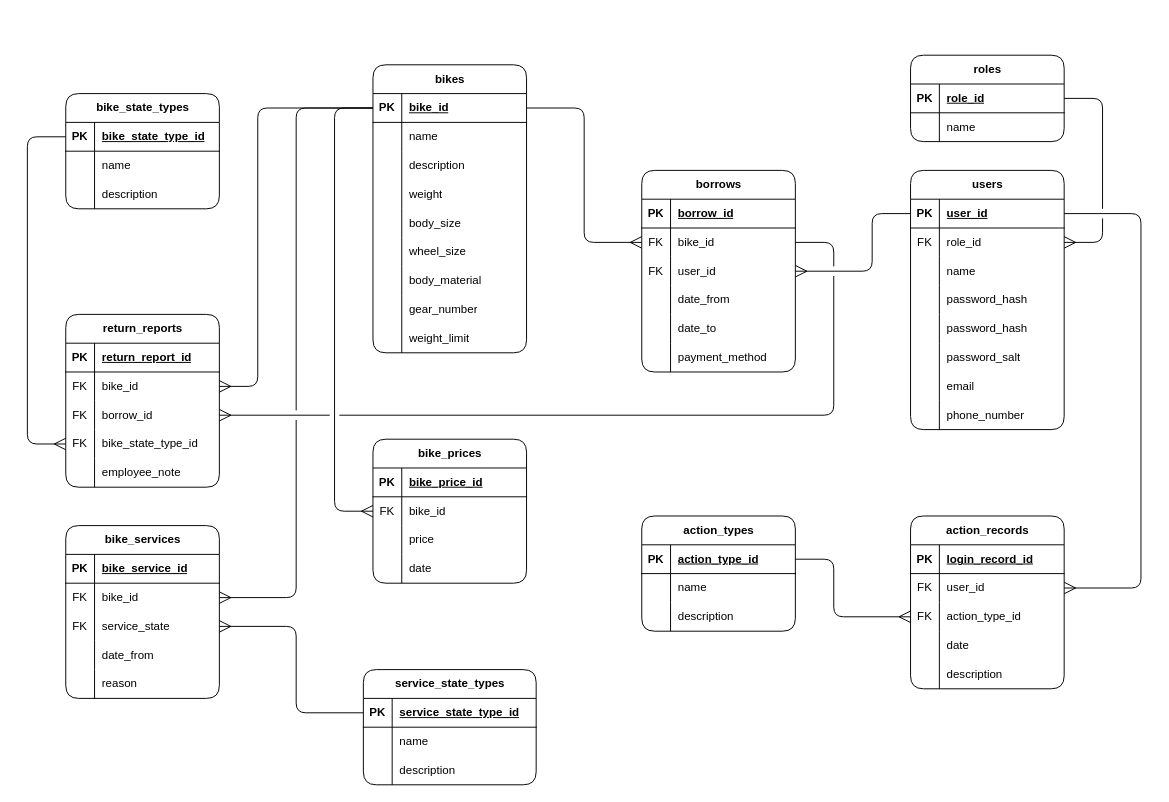
Above: page "ER Diagram" (6 of 6) of diagrams.drawio in KrazyManJ/jolt (draw.io), before the change. Source tidied: cells renumbered, new cells numbered last; positions are measured from the earlier drawing's top-left corner, leaving out a move shared by most shapes. Both pictures are drawn from the tidied source at 96%, with x=0, y=0 at pixel (27, 55).
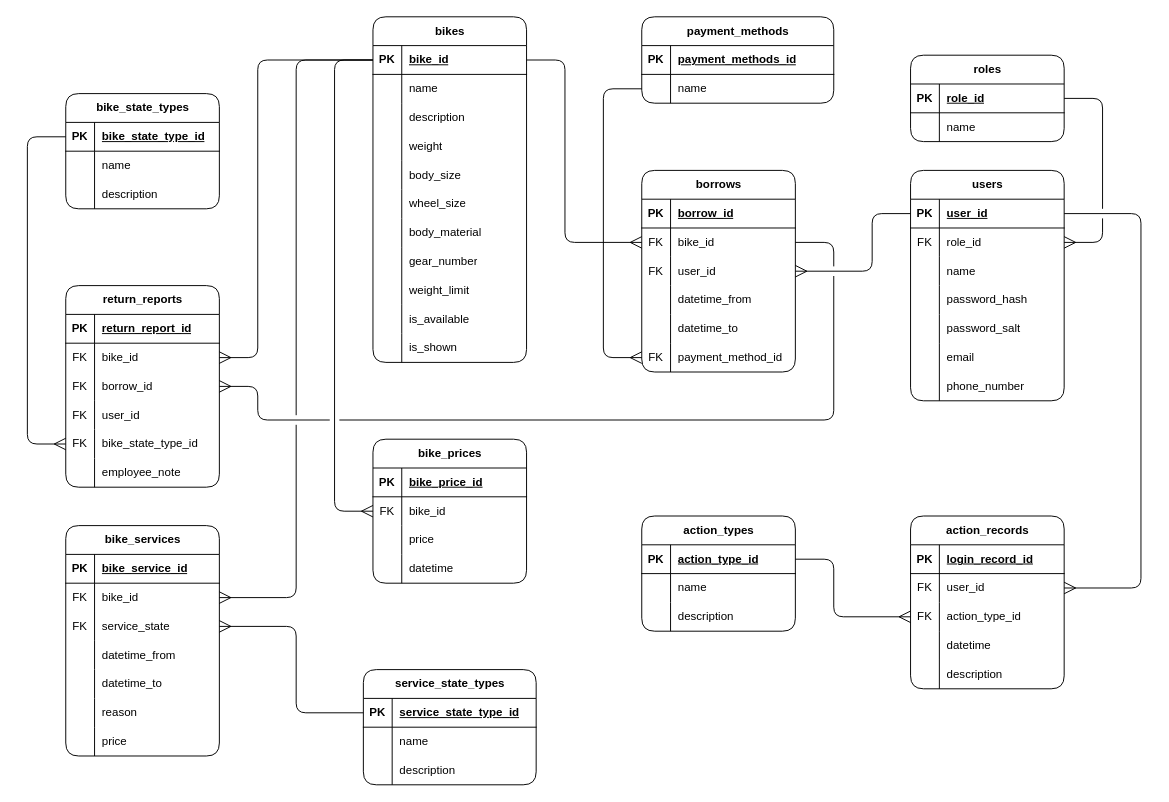
Above is the later version.

The change refers to these unchanged cells:
```xml
<mxCell id="3" style="shape=tableRow;horizontal=0;startSize=0;swimlaneHead=0;swimlaneBody=0;fillColor=none;points=[[0,0.5],[1,0.5]];portConstraint=eastwest;top=0;left=0;right=0;bottom=1;html=1;" parent="2" vertex="1">
  <mxGeometry y="30" width="160" height="30" as="geometry" />
</mxCell>
<mxCell id="34" style="shape=tableRow;horizontal=0;startSize=0;swimlaneHead=0;swimlaneBody=0;fillColor=none;points=[[0,0.5],[1,0.5]];portConstraint=eastwest;top=0;left=0;right=0;bottom=0;html=1;" parent="30" vertex="1">
  <mxGeometry y="60" width="160" height="30" as="geometry" />
</mxCell>
<mxCell id="40" style="shape=tableRow;horizontal=0;startSize=0;swimlaneHead=0;swimlaneBody=0;fillColor=none;top=0;left=0;right=0;bottom=0;html=1;" parent="30" vertex="1">
  <mxGeometry y="120" width="160" height="30" as="geometry" />
</mxCell>
<mxCell id="43" style="shape=tableRow;horizontal=0;startSize=0;swimlaneHead=0;swimlaneBody=0;fillColor=none;top=0;left=0;right=0;bottom=0;html=1;" parent="30" vertex="1">
  <mxGeometry y="150" width="160" height="30" as="geometry" />
</mxCell>
<mxCell id="46" style="shape=tableRow;horizontal=0;startSize=0;swimlaneHead=0;swimlaneBody=0;fillColor=none;points=[[0,0.5],[1,0.5]];portConstraint=eastwest;top=0;left=0;right=0;bottom=0;html=1;" parent="30" vertex="1">
  <mxGeometry y="180" width="160" height="30" as="geometry" />
</mxCell>
<mxCell id="50" value="bike_prices" style="shape=table;startSize=30;childLayout=tableLayout;rowLines=0;fontStyle=1;align=center;html=1;rounded=1;" parent="1" vertex="1">
  <mxGeometry x="360" y="400" width="160" height="150" as="geometry" />
</mxCell>
<mxCell id="60" style="shape=tableRow;horizontal=0;startSize=0;swimlaneHead=0;swimlaneBody=0;fillColor=none;top=0;left=0;right=0;bottom=0;html=1;" parent="50" vertex="1">
  <mxGeometry y="120" width="160" height="30" as="geometry" />
</mxCell>
<mxCell id="100" style="shape=tableRow;horizontal=0;startSize=0;swimlaneHead=0;swimlaneBody=0;fillColor=none;top=0;left=0;right=0;bottom=0;html=1;" parent="90" vertex="1">
  <mxGeometry y="120" width="160" height="30" as="geometry" />
</mxCell>
<mxCell id="136" style="shape=tableRow;horizontal=0;startSize=0;swimlaneHead=0;swimlaneBody=0;fillColor=none;top=0;left=0;right=0;bottom=0;html=1;" parent="126" vertex="1">
  <mxGeometry y="120" width="160" height="30" as="geometry" />
</mxCell>
<mxCell id="146" style="shape=tableRow;horizontal=0;startSize=0;swimlaneHead=0;swimlaneBody=0;fillColor=none;points=[[0,0.5],[1,0.5]];portConstraint=eastwest;top=0;left=0;right=0;bottom=0;html=1;" parent="142" vertex="1">
  <mxGeometry y="60" width="160" height="30" as="geometry" />
</mxCell>
<mxCell id="149" style="shape=tableRow;horizontal=0;startSize=0;swimlaneHead=0;swimlaneBody=0;fillColor=none;points=[[0,0.5],[1,0.5]];portConstraint=eastwest;top=0;left=0;right=0;bottom=0;html=1;" parent="142" vertex="1">
  <mxGeometry y="90" width="160" height="30" as="geometry" />
</mxCell>
```

Change to the diagram source:
```diff
@@
     <mxCell id="2" value="bikes" style="shape=table;startSize=30;childLayout=tableLayout;rowLines=0;fontStyle=1;align=center;html=1;rounded=1;" parent="1" vertex="1">
-      <mxGeometry x="360" y="10" width="160" height="300" as="geometry" />
+      <mxGeometry x="360" y="-40" width="160" height="360" as="geometry" />
     </mxCell>
@@
+    <mxCell id="183" style="shape=tableRow;horizontal=0;startSize=0;swimlaneHead=0;swimlaneBody=0;fillColor=none;top=0;left=0;right=0;bottom=0;html=1;" parent="2" vertex="1">
+      <mxGeometry y="300" width="160" height="30" as="geometry" />
+    </mxCell>
+    <mxCell id="184" style="shape=partialRectangle;fillColor=none;top=0;left=0;bottom=0;right=0;overflow=hidden;html=1;fontStyle=0;" parent="183" vertex="1">
+      <mxGeometry width="30" height="30" as="geometry" />
+    </mxCell>
+    <mxCell id="185" value="is_available" style="shape=partialRectangle;fillColor=none;top=0;left=0;bottom=0;right=0;align=left;spacingLeft=6;overflow=hidden;html=1;" parent="183" vertex="1">
+      <mxGeometry x="30" width="130" height="30" as="geometry" />
+    </mxCell>
+    <mxCell id="186" style="shape=tableRow;horizontal=0;startSize=0;swimlaneHead=0;swimlaneBody=0;fillColor=none;top=0;left=0;right=0;bottom=0;html=1;" parent="2" vertex="1">
+      <mxGeometry y="330" width="160" height="30" as="geometry" />
+    </mxCell>
+    <mxCell id="187" style="shape=partialRectangle;fillColor=none;top=0;left=0;bottom=0;right=0;overflow=hidden;html=1;fontStyle=0;" parent="186" vertex="1">
+      <mxGeometry width="30" height="30" as="geometry" />
+    </mxCell>
+    <mxCell id="188" value="is_shown" style="shape=partialRectangle;fillColor=none;top=0;left=0;bottom=0;right=0;align=left;spacingLeft=6;overflow=hidden;html=1;" parent="186" vertex="1">
+      <mxGeometry x="30" width="130" height="30" as="geometry" />
+    </mxCell>
@@
-    <mxCell id="42" value="date_from" style="shape=partialRectangle;fillColor=none;top=0;left=0;bottom=0;right=0;align=left;spacingLeft=6;overflow=hidden;html=1;" parent="40" vertex="1">
+    <mxCell id="42" value="datetime_from" style="shape=partialRectangle;fillColor=none;top=0;left=0;bottom=0;right=0;align=left;spacingLeft=6;overflow=hidden;html=1;" parent="40" vertex="1">
       <mxGeometry x="30" width="130" height="30" as="geometry" />
     </mxCell>
@@
-    <mxCell id="45" value="date_to" style="shape=partialRectangle;fillColor=none;top=0;left=0;bottom=0;right=0;align=left;spacingLeft=6;overflow=hidden;html=1;" parent="43" vertex="1">
+    <mxCell id="45" value="datetime_to" style="shape=partialRectangle;fillColor=none;top=0;left=0;bottom=0;right=0;align=left;spacingLeft=6;overflow=hidden;html=1;" parent="43" vertex="1">
       <mxGeometry x="30" width="130" height="30" as="geometry" />
     </mxCell>
@@
-    <mxCell id="47" style="shape=partialRectangle;fillColor=none;top=0;left=0;bottom=0;right=0;overflow=hidden;html=1;fontStyle=0;" parent="46" vertex="1">
+    <mxCell id="47" value="FK" style="shape=partialRectangle;fillColor=none;top=0;left=0;bottom=0;right=0;overflow=hidden;html=1;fontStyle=0;" parent="46" vertex="1">
       <mxGeometry width="30" height="30" as="geometry" />
     </mxCell>
-    <mxCell id="48" value="payment_method" style="shape=partialRectangle;fillColor=none;top=0;left=0;bottom=0;right=0;align=left;spacingLeft=6;overflow=hidden;html=1;" parent="46" vertex="1">
+    <mxCell id="48" value="payment_method_id" style="shape=partialRectangle;fillColor=none;top=0;left=0;bottom=0;right=0;align=left;spacingLeft=6;overflow=hidden;html=1;" parent="46" vertex="1">
       <mxGeometry x="30" width="130" height="30" as="geometry" />
     </mxCell>
     <mxCell id="49" style="edgeStyle=orthogonalEdgeStyle;rounded=1;jettySize=auto;html=1;exitX=0;exitY=0.5;exitDx=0;exitDy=0;entryX=0;entryY=0.5;entryDx=0;entryDy=0;startArrow=ERmany;startFill=0;endArrow=none;endFill=0;startSize=10;endSize=10;jumpStyle=gap;jumpSize=10;" parent="1" edge="1" source="50" target="3">
       <mxGeometry x="0.11" y="20" relative="1" as="geometry">
         <Array as="points">
           <mxPoint x="320" y="475" />
-          <mxPoint x="320" y="55" />
+          <mxPoint x="320" y="5" />
         </Array>
       </mxGeometry>
     </mxCell>
@@
-    <mxCell id="62" value="date" style="shape=partialRectangle;fillColor=none;top=0;left=0;bottom=0;right=0;align=left;spacingLeft=6;overflow=hidden;html=1;" parent="60" vertex="1">
+    <mxCell id="62" value="datetime" style="shape=partialRectangle;fillColor=none;top=0;left=0;bottom=0;right=0;align=left;spacingLeft=6;overflow=hidden;html=1;" parent="60" vertex="1">
       <mxGeometry x="30" width="130" height="30" as="geometry" />
     </mxCell>
     <mxCell id="63" style="edgeStyle=orthogonalEdgeStyle;rounded=1;jettySize=auto;html=1;exitX=0;exitY=0.5;exitDx=0;exitDy=0;entryX=1;entryY=0.5;entryDx=0;entryDy=0;endArrow=none;endFill=0;startArrow=ERmany;startFill=0;endSize=10;startSize=10;jumpStyle=gap;jumpSize=10;" parent="1" edge="1" source="34" target="3">
-      <mxGeometry relative="1" as="geometry" />
+      <mxGeometry relative="1" as="geometry">
+        <Array as="points">
+          <mxPoint x="560" y="195" />
+          <mxPoint x="560" y="5" />
+        </Array>
+      </mxGeometry>
     </mxCell>
     <mxCell id="64" value="users" style="shape=table;startSize=30;childLayout=tableLayout;rowLines=0;fontStyle=1;align=center;html=1;rounded=1;" parent="1" vertex="1">
-      <mxGeometry x="920" y="120" width="160" height="270" as="geometry" />
+      <mxGeometry x="920" y="120" width="160" height="240" as="geometry" />
     </mxCell>
@@
-    <mxCell id="77" style="shape=tableRow;horizontal=0;startSize=0;swimlaneHead=0;swimlaneBody=0;fillColor=none;top=0;left=0;right=0;bottom=0;html=1;" parent="64" vertex="1">
-      <mxGeometry y="150" width="160" height="30" as="geometry" />
-    </mxCell>
-    <mxCell id="78" style="shape=partialRectangle;fillColor=none;top=0;left=0;bottom=0;right=0;overflow=hidden;html=1;fontStyle=0;" parent="77" vertex="1">
-      <mxGeometry width="30" height="30" as="geometry" />
-    </mxCell>
-    <mxCell id="79" value="password_hash" style="shape=partialRectangle;fillColor=none;top=0;left=0;bottom=0;right=0;align=left;spacingLeft=6;overflow=hidden;html=1;" parent="77" vertex="1">
-      <mxGeometry x="30" width="130" height="30" as="geometry" />
-    </mxCell>
     <mxCell id="80" style="shape=tableRow;horizontal=0;startSize=0;swimlaneHead=0;swimlaneBody=0;fillColor=none;top=0;left=0;right=0;bottom=0;html=1;" parent="64" vertex="1">
-      <mxGeometry y="180" width="160" height="30" as="geometry" />
+      <mxGeometry y="150" width="160" height="30" as="geometry" />
     </mxCell>
@@
     <mxCell id="83" style="shape=tableRow;horizontal=0;startSize=0;swimlaneHead=0;swimlaneBody=0;fillColor=none;top=0;left=0;right=0;bottom=0;html=1;" parent="64" vertex="1">
-      <mxGeometry y="210" width="160" height="30" as="geometry" />
+      <mxGeometry y="180" width="160" height="30" as="geometry" />
     </mxCell>
@@
     <mxCell id="86" style="shape=tableRow;horizontal=0;startSize=0;swimlaneHead=0;swimlaneBody=0;fillColor=none;top=0;left=0;right=0;bottom=0;html=1;" parent="64" vertex="1">
-      <mxGeometry y="240" width="160" height="30" as="geometry" />
+      <mxGeometry y="210" width="160" height="30" as="geometry" />
     </mxCell>
@@
-    <mxCell id="102" value="date" style="shape=partialRectangle;fillColor=none;top=0;left=0;bottom=0;right=0;align=left;spacingLeft=6;overflow=hidden;html=1;" parent="100" vertex="1">
+    <mxCell id="102" value="datetime" style="shape=partialRectangle;fillColor=none;top=0;left=0;bottom=0;right=0;align=left;spacingLeft=6;overflow=hidden;html=1;" parent="100" vertex="1">
       <mxGeometry x="30" width="130" height="30" as="geometry" />
     </mxCell>
@@
     <mxCell id="126" value="bike_services" style="shape=table;startSize=30;childLayout=tableLayout;rowLines=0;fontStyle=1;align=center;html=1;rounded=1;" parent="1" vertex="1">
-      <mxGeometry x="40" y="490" width="160" height="180" as="geometry" />
+      <mxGeometry x="40" y="490" width="160" height="240" as="geometry" />
     </mxCell>
@@
-    <mxCell id="138" value="date_from" style="shape=partialRectangle;fillColor=none;top=0;left=0;bottom=0;right=0;align=left;spacingLeft=6;overflow=hidden;html=1;" parent="136" vertex="1">
+    <mxCell id="138" value="datetime_from" style="shape=partialRectangle;fillColor=none;top=0;left=0;bottom=0;right=0;align=left;spacingLeft=6;overflow=hidden;html=1;" parent="136" vertex="1">
       <mxGeometry x="30" width="130" height="30" as="geometry" />
     </mxCell>
+    <mxCell id="77" style="shape=tableRow;horizontal=0;startSize=0;swimlaneHead=0;swimlaneBody=0;fillColor=none;top=0;left=0;right=0;bottom=0;html=1;" parent="126" vertex="1">
+      <mxGeometry y="150" width="160" height="30" as="geometry" />
+    </mxCell>
+    <mxCell id="189" style="shape=partialRectangle;fillColor=none;top=0;left=0;bottom=0;right=0;overflow=hidden;html=1;fontStyle=0;" parent="77" vertex="1">
+      <mxGeometry width="30" height="30" as="geometry" />
+    </mxCell>
+    <mxCell id="190" value="datetime_to" style="shape=partialRectangle;fillColor=none;top=0;left=0;bottom=0;right=0;align=left;spacingLeft=6;overflow=hidden;html=1;" parent="77" vertex="1">
+      <mxGeometry x="30" width="130" height="30" as="geometry" />
+    </mxCell>
     <mxCell id="139" style="shape=tableRow;horizontal=0;startSize=0;swimlaneHead=0;swimlaneBody=0;fillColor=none;top=0;left=0;right=0;bottom=0;html=1;" parent="126" vertex="1">
-      <mxGeometry y="150" width="160" height="30" as="geometry" />
+      <mxGeometry y="180" width="160" height="30" as="geometry" />
     </mxCell>
@@
+    <mxCell id="191" style="shape=tableRow;horizontal=0;startSize=0;swimlaneHead=0;swimlaneBody=0;fillColor=none;top=0;left=0;right=0;bottom=0;html=1;" parent="126" vertex="1">
+      <mxGeometry y="210" width="160" height="30" as="geometry" />
+    </mxCell>
+    <mxCell id="192" style="shape=partialRectangle;fillColor=none;top=0;left=0;bottom=0;right=0;overflow=hidden;html=1;fontStyle=0;" parent="191" vertex="1">
+      <mxGeometry width="30" height="30" as="geometry" />
+    </mxCell>
+    <mxCell id="193" value="price" style="shape=partialRectangle;fillColor=none;top=0;left=0;bottom=0;right=0;align=left;spacingLeft=6;overflow=hidden;html=1;" parent="191" vertex="1">
+      <mxGeometry x="30" width="130" height="30" as="geometry" />
+    </mxCell>
     <mxCell id="142" value="return_reports" style="shape=table;startSize=30;childLayout=tableLayout;rowLines=0;fontStyle=1;align=center;html=1;rounded=1;" parent="1" vertex="1">
-      <mxGeometry x="40" y="270" width="160" height="180" as="geometry" />
+      <mxGeometry x="40" y="240" width="160" height="210" as="geometry" />
     </mxCell>
@@
+    <mxCell id="194" style="shape=tableRow;horizontal=0;startSize=0;swimlaneHead=0;swimlaneBody=0;fillColor=none;top=0;left=0;right=0;bottom=0;html=1;" parent="142" vertex="1">
+      <mxGeometry y="120" width="160" height="30" as="geometry" />
+    </mxCell>
+    <mxCell id="195" value="FK" style="shape=partialRectangle;fillColor=none;top=0;left=0;bottom=0;right=0;overflow=hidden;html=1;fontStyle=0;" parent="194" vertex="1">
+      <mxGeometry width="30" height="30" as="geometry" />
+    </mxCell>
+    <mxCell id="196" value="user_id" style="shape=partialRectangle;fillColor=none;top=0;left=0;bottom=0;right=0;align=left;spacingLeft=6;overflow=hidden;html=1;" parent="194" vertex="1">
+      <mxGeometry x="30" width="130" height="30" as="geometry" />
+    </mxCell>
     <mxCell id="152" style="shape=tableRow;horizontal=0;startSize=0;swimlaneHead=0;swimlaneBody=0;fillColor=none;points=[[0,0.5],[1,0.5]];portConstraint=eastwest;top=0;left=0;right=0;bottom=0;html=1;" parent="142" vertex="1">
-      <mxGeometry y="120" width="160" height="30" as="geometry" />
+      <mxGeometry y="150" width="160" height="30" as="geometry" />
     </mxCell>
@@
     <mxCell id="155" style="shape=tableRow;horizontal=0;startSize=0;swimlaneHead=0;swimlaneBody=0;fillColor=none;top=0;left=0;right=0;bottom=0;html=1;" parent="142" vertex="1">
-      <mxGeometry y="150" width="160" height="30" as="geometry" />
+      <mxGeometry y="180" width="160" height="30" as="geometry" />
     </mxCell>
@@
     <mxCell id="158" style="edgeStyle=orthogonalEdgeStyle;rounded=1;jumpStyle=gap;jumpSize=10;jettySize=auto;html=1;exitX=0;exitY=0.5;exitDx=0;exitDy=0;entryX=1;entryY=0.5;entryDx=0;entryDy=0;endArrow=ERmany;endFill=0;startSize=10;endSize=10;" parent="1" edge="1" source="3" target="146">
       <mxGeometry relative="1" as="geometry">
         <Array as="points">
-          <mxPoint x="240" y="55" />
-          <mxPoint x="240" y="345" />
+          <mxPoint x="240" y="5" />
+          <mxPoint x="240" y="315" />
         </Array>
       </mxGeometry>
     </mxCell>
     <mxCell id="159" style="edgeStyle=orthogonalEdgeStyle;rounded=1;jumpStyle=gap;jumpSize=10;jettySize=auto;html=1;exitX=1;exitY=0.5;exitDx=0;exitDy=0;entryX=1;entryY=0.5;entryDx=0;entryDy=0;endArrow=ERmany;endFill=0;startSize=10;endSize=10;" parent="1" edge="1" source="34" target="149">
       <mxGeometry relative="1" as="geometry">
         <Array as="points">
           <mxPoint x="840" y="195" />
-          <mxPoint x="840" y="375" />
+          <mxPoint x="840" y="380" />
+          <mxPoint x="240" y="380" />
+          <mxPoint x="240" y="345" />
         </Array>
       </mxGeometry>
     </mxCell>
@@
+    <mxCell id="197" value="payment_methods" style="shape=table;startSize=30;childLayout=tableLayout;rowLines=0;fontStyle=1;align=center;html=1;rounded=1;" parent="1" vertex="1">
+      <mxGeometry x="640" y="-40" width="200" height="90" as="geometry" />
+    </mxCell>
+    <mxCell id="198" style="shape=tableRow;horizontal=0;startSize=0;swimlaneHead=0;swimlaneBody=0;fillColor=none;top=0;left=0;right=0;bottom=1;html=1;" parent="197" vertex="1">
+      <mxGeometry y="30" width="200" height="30" as="geometry" />
+    </mxCell>
+    <mxCell id="199" value="PK" style="shape=partialRectangle;fillColor=none;top=0;left=0;bottom=0;right=0;fontStyle=1;overflow=hidden;html=1;" parent="198" vertex="1">
+      <mxGeometry width="30" height="30" as="geometry" />
+    </mxCell>
+    <mxCell id="200" value="payment_methods_id" style="shape=partialRectangle;fillColor=none;top=0;left=0;bottom=0;right=0;align=left;spacingLeft=6;fontStyle=5;overflow=hidden;html=1;" parent="198" vertex="1">
+      <mxGeometry x="30" width="170" height="30" as="geometry" />
+    </mxCell>
+    <mxCell id="201" style="shape=tableRow;horizontal=0;startSize=0;swimlaneHead=0;swimlaneBody=0;fillColor=none;points=[[0,0.5],[1,0.5]];portConstraint=eastwest;top=0;left=0;right=0;bottom=0;html=1;" parent="197" vertex="1">
+      <mxGeometry y="60" width="200" height="30" as="geometry" />
+    </mxCell>
+    <mxCell id="202" style="shape=partialRectangle;fillColor=none;top=0;left=0;bottom=0;right=0;overflow=hidden;html=1;fontStyle=0;" parent="201" vertex="1">
+      <mxGeometry width="30" height="30" as="geometry" />
+    </mxCell>
+    <mxCell id="203" value="name" style="shape=partialRectangle;fillColor=none;top=0;left=0;bottom=0;right=0;align=left;spacingLeft=6;overflow=hidden;html=1;" parent="201" vertex="1">
+      <mxGeometry x="30" width="170" height="30" as="geometry" />
+    </mxCell>
+    <mxCell id="204" style="edgeStyle=orthogonalEdgeStyle;rounded=1;jettySize=auto;html=1;exitX=0;exitY=0.5;exitDx=0;exitDy=0;entryX=0;entryY=0.5;entryDx=0;entryDy=0;endSize=10;startSize=10;jumpSize=10;endArrow=none;endFill=0;startArrow=ERmany;startFill=0;" parent="1" edge="1" source="46" target="201">
+      <mxGeometry relative="1" as="geometry">
+        <Array as="points">
+          <mxPoint x="600" y="315" />
+          <mxPoint x="600" y="35" />
+        </Array>
+      </mxGeometry>
+    </mxCell>
```
